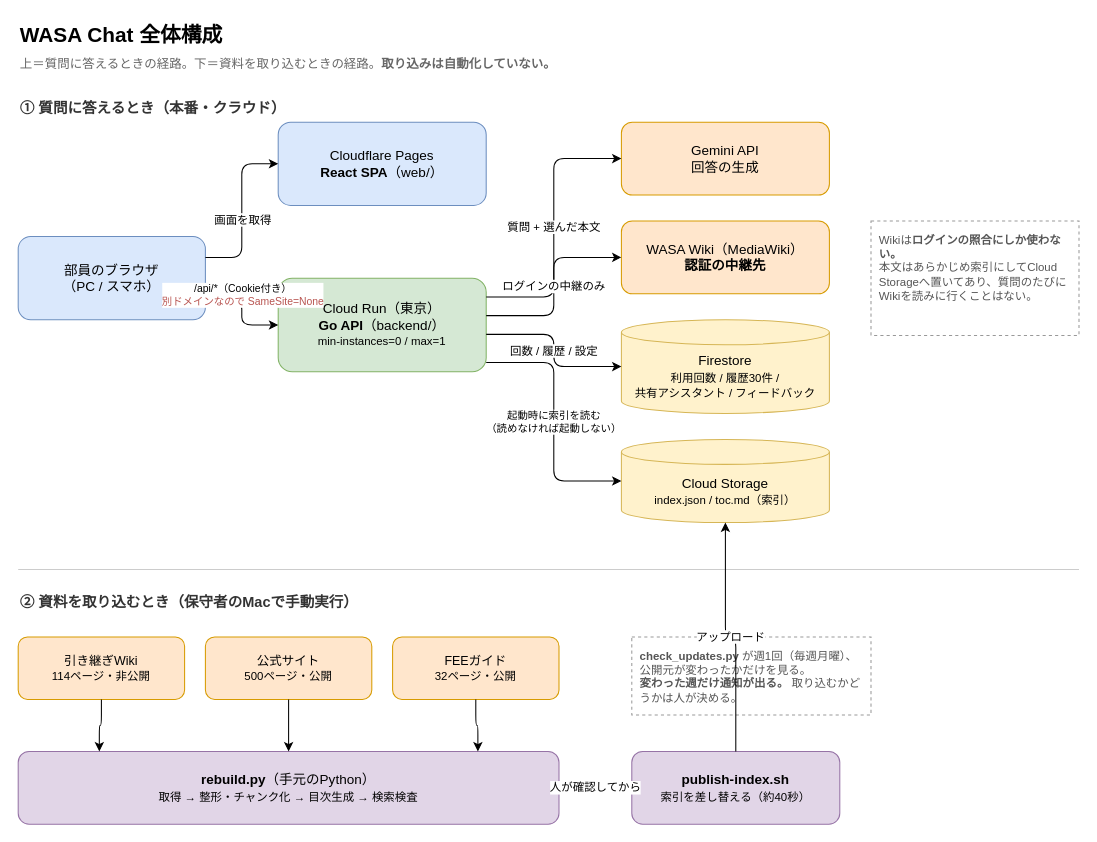
Earlier version of the draw.io diagram docs/diagrams/01-全体構成.drawio (97kuek/WASAWiki-chatbot). Source tidied: cells renumbered, new cells numbered last; positions are measured from the earlier drawing's top-left corner, leaving out a move shared by most shapes. Both pictures are drawn from the tidied source at 104%, with x=0, y=0 at pixel (18, 18).
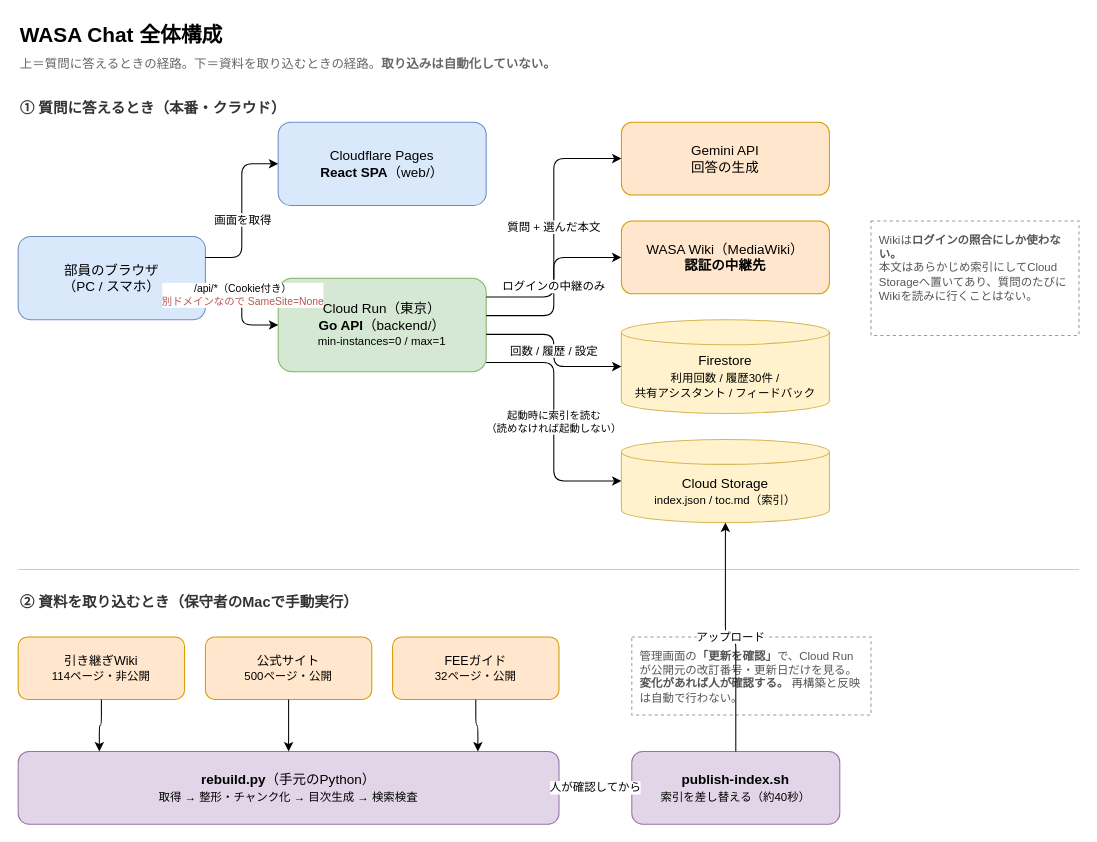
Above is the later version.

Change to the diagram source:
```diff
@@
-    <mxCell id="28" value="&lt;b&gt;check_updates.py&lt;/b&gt; が週1回（毎週月曜）、公開元が変わったかだけを見る。&lt;br&gt;&lt;b&gt;変わった週だけ通知が出る。&lt;/b&gt; 取り込むかどうかは人が決める。" style="rounded=0;whiteSpace=wrap;html=1;dashed=1;fillColor=none;strokeColor=#999999;fontSize=11;align=left;verticalAlign=top;spacing=8;fontColor=#555555;" parent="1" vertex="1">
+    <mxCell id="28" value="管理画面の&lt;b&gt;「更新を確認」&lt;/b&gt;で、Cloud Runが公開元の改訂番号・更新日だけを見る。&lt;br&gt;&lt;b&gt;変化があれば人が確認する。&lt;/b&gt; 再構築と反映は自動で行わない。" style="rounded=0;whiteSpace=wrap;html=1;dashed=1;fillColor=none;strokeColor=#999999;fontSize=11;align=left;verticalAlign=top;spacing=8;fontColor=#555555;" parent="1" vertex="1">
       <mxGeometry x="590" y="595" width="230" height="75" as="geometry" />
     </mxCell>
```
